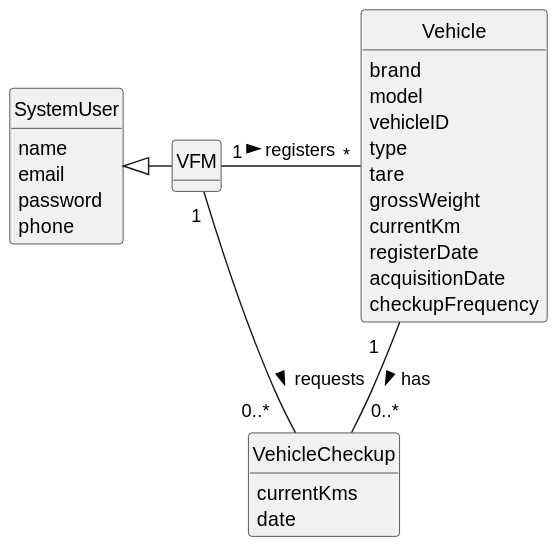
Departamento-de-Engenharia-Informatica/lei-24-s2-1do-g164 keeps this PlantUML diagram as docs/sprintB/us007/02.analysis/svg/us007-domain-model.svg. Above is the earlier version.
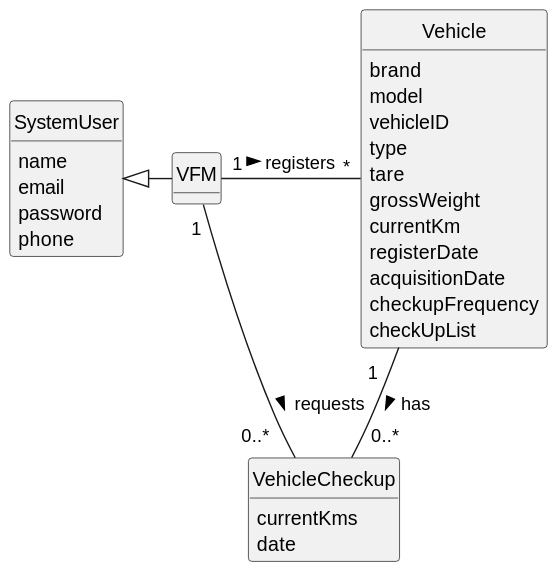
The same file after the commit.

Diff of the diagram source:
```diff
@@ -40,6 +40,7 @@
         registerDate
         acquisitionDate
         checkupFrequency
+        checkUpList
 }
 
 
```
